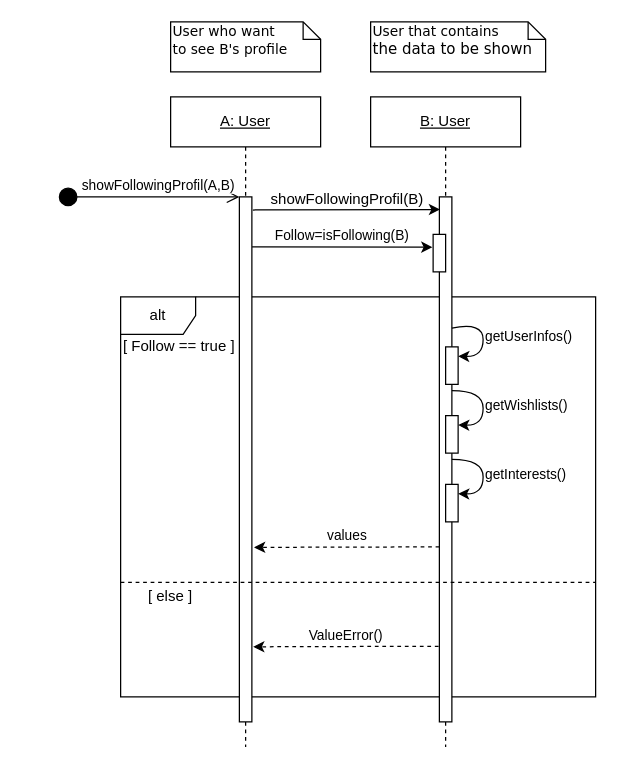
This is Diagrammes/SequenceDiagrams/showFollowingProfil.drawio from NNepper/LSINF1225-2020-GroupeL1.1-WishList, a draw.io file, before an edit. Source tidied: cells renumbered, new cells numbered last; positions are measured from the earlier drawing's top-left corner, leaving out a move shared by most shapes. Both pictures are drawn from the tidied source at 125%, with x=0, y=0 at pixel (58, 21).
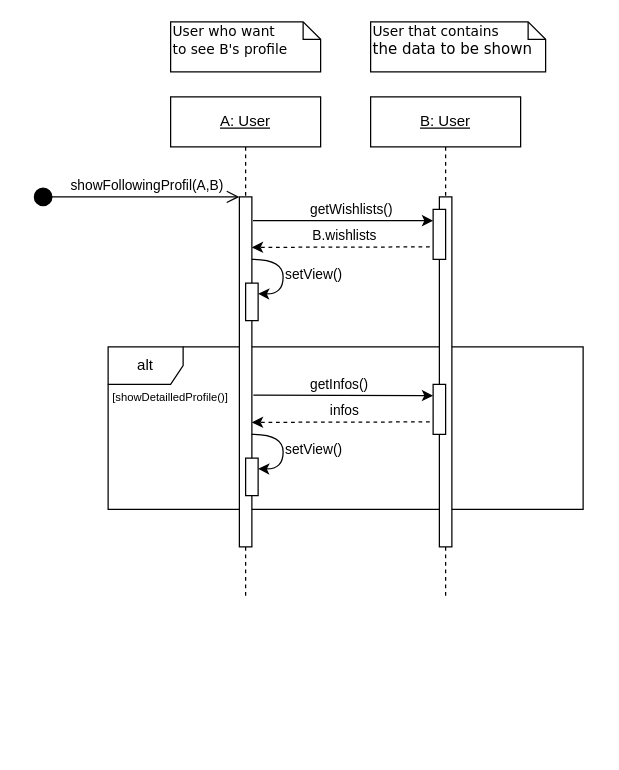
The same page after the edit.

Commit message (it also covers changes not shown here):
Adaptation avec l'application finale

Diff of the diagram source:
```diff
@@
+    <mxCell id="29" value="B.wishlists" style="endArrow=classic;html=1;strokeColor=#000000;fontFamily=Helvetica;entryX=1.103;entryY=0.857;entryDx=0;entryDy=0;entryPerimeter=0;exitX=-0.063;exitY=0.856;exitDx=0;exitDy=0;exitPerimeter=0;labelPosition=center;verticalLabelPosition=top;align=center;verticalAlign=bottom;dashed=1;" parent="1" edge="1">
+      <mxGeometry relative="1" as="geometry">
+        <mxPoint x="303.3" y="180" as="sourcePoint" />
+        <mxPoint x="155" y="180.4" as="targetPoint" />
+      </mxGeometry>
+    </mxCell>
     <mxCell id="2" value="alt" style="shape=umlFrame;whiteSpace=wrap;html=1;fontFamily=Helvetica;" parent="1" vertex="1">
-      <mxGeometry x="50" y="220" width="380" height="320" as="geometry" />
+      <mxGeometry x="40" y="260" width="380" height="130" as="geometry" />
     </mxCell>
     <mxCell id="3" style="rounded=0;jettySize=auto;html=1;exitX=0.5;exitY=1;exitDx=0;exitDy=0;strokeColor=#000000;endArrow=none;endFill=0;dashed=1;" parent="1" edge="1" source="7">
       <mxGeometry relative="1" as="geometry">
-        <mxPoint x="150" y="580" as="targetPoint" />
+        <mxPoint x="150" y="460" as="targetPoint" />
       </mxGeometry>
     </mxCell>
@@
     <mxCell id="5" style="edgeStyle=none;rounded=0;jettySize=auto;html=1;exitX=0.5;exitY=1;exitDx=0;exitDy=0;dashed=1;endArrow=none;endFill=0;strokeColor=#000000;" parent="1" edge="1" source="9">
       <mxGeometry relative="1" as="geometry">
-        <mxPoint x="310" y="580" as="targetPoint" />
+        <mxPoint x="310" y="460" as="targetPoint" />
       </mxGeometry>
     </mxCell>
@@
     <mxCell id="7" style="rounded=0;whiteSpace=wrap;html=1;" parent="1" vertex="1">
-      <mxGeometry x="145" y="140" width="10" height="420" as="geometry" />
+      <mxGeometry x="145" y="140" width="10" height="280" as="geometry" />
     </mxCell>
@@
     <mxCell id="9" style="rounded=0;whiteSpace=wrap;html=1;" parent="1" vertex="1">
-      <mxGeometry x="305" y="140" width="10" height="420" as="geometry" />
+      <mxGeometry x="305" y="140" width="10" height="280" as="geometry" />
     </mxCell>
@@
-    <mxCell id="11" style="endArrow=classic;html=1;strokeColor=#000000;exitX=1.079;exitY=0.025;exitDx=0;exitDy=0;exitPerimeter=0;entryX=0.056;entryY=0.024;entryDx=0;entryDy=0;entryPerimeter=0;labelPosition=center;verticalLabelPosition=top;align=center;verticalAlign=bottom;fontFamily=Helvetica;fontStyle=0;" parent="1" edge="1" source="7" target="9">
-      <mxGeometry relative="1" as="geometry" />
-    </mxCell>
-    <mxCell id="12" value="showFollowingProfil(B)" style="text;html=1;align=center;verticalAlign=bottom;labelBackgroundColor=#ffffff;fontFamily=Helvetica;labelPosition=center;verticalLabelPosition=top;" parent="11" vertex="1">
-      <mxGeometry x="-0.12" relative="1" as="geometry">
-        <mxPoint x="8.5" as="offset" />
-      </mxGeometry>
-    </mxCell>
-    <mxCell id="13" value="Follow=isFollowing(B)" style="endArrow=classic;html=1;strokeColor=#000000;fontFamily=Helvetica;exitX=1.015;exitY=0.095;exitDx=0;exitDy=0;exitPerimeter=0;entryX=-0.056;entryY=0.341;entryDx=0;entryDy=0;entryPerimeter=0;labelPosition=center;verticalLabelPosition=top;align=center;verticalAlign=bottom;" parent="1" edge="1" source="7" target="14">
-      <mxGeometry relative="1" as="geometry" />
-    </mxCell>
-    <mxCell id="14" style="rounded=0;whiteSpace=wrap;html=1;" parent="1" vertex="1">
-      <mxGeometry x="300" y="170" width="10" height="30" as="geometry" />
-    </mxCell>
-    <mxCell id="15" value="[ Follow == true ]" style="text;html=1;strokeColor=none;fillColor=none;align=center;verticalAlign=middle;whiteSpace=wrap;rounded=0;fontFamily=Helvetica;labelBackgroundColor=#ffffff;" parent="1" vertex="1">
-      <mxGeometry x="47" y="250" width="100" height="20" as="geometry" />
+    <mxCell id="15" value="&lt;font style=&quot;font-size: 9px&quot;&gt;[showDetailledProfile()]&lt;/font&gt;" style="text;html=1;strokeColor=none;fillColor=none;align=center;verticalAlign=middle;whiteSpace=wrap;rounded=0;fontFamily=Helvetica;labelBackgroundColor=#ffffff;" parent="1" vertex="1">
+      <mxGeometry x="40" y="290" width="100" height="20" as="geometry" />
     </mxCell>
-    <mxCell id="16" style="rounded=0;whiteSpace=wrap;html=1;" parent="1" vertex="1">
-      <mxGeometry x="310" y="260" width="10" height="30" as="geometry" />
-    </mxCell>
-    <mxCell id="17" value="getUserInfos()" style="endArrow=classic;html=1;strokeColor=#000000;fontFamily=Helvetica;exitX=1;exitY=0.25;exitDx=0;exitDy=0;entryX=1;entryY=0.25;entryDx=0;entryDy=0;curved=1;labelPosition=right;verticalLabelPosition=middle;align=left;verticalAlign=middle;" parent="1" edge="1" source="9" target="16">
-      <mxGeometry relative="1" as="geometry">
-        <Array as="points">
-          <mxPoint x="340" y="240" />
-          <mxPoint x="340" y="268" />
-        </Array>
-      </mxGeometry>
-    </mxCell>
     <mxCell id="18" style="rounded=0;whiteSpace=wrap;html=1;" parent="1" vertex="1">
-      <mxGeometry x="310" y="315" width="10" height="30" as="geometry" />
+      <mxGeometry x="300" y="150" width="10" height="40" as="geometry" />
     </mxCell>
-    <mxCell id="19" value="getWishlists()" style="endArrow=classic;html=1;strokeColor=#000000;fontFamily=Helvetica;entryX=1;entryY=0.25;entryDx=0;entryDy=0;curved=1;labelPosition=right;verticalLabelPosition=middle;align=left;verticalAlign=middle;" parent="1" edge="1" target="18">
-      <mxGeometry relative="1" as="geometry">
-        <mxPoint x="315" y="295" as="sourcePoint" />
-        <Array as="points">
-          <mxPoint x="340" y="295" />
-          <mxPoint x="340" y="323" />
-        </Array>
+    <mxCell id="19" value="getWishlists()" style="endArrow=classic;html=1;strokeColor=#000000;fontFamily=Helvetica;curved=1;labelPosition=right;verticalLabelPosition=middle;align=left;verticalAlign=middle;exitX=1.093;exitY=0.068;exitDx=0;exitDy=0;exitPerimeter=0;" parent="1" edge="1" source="7">
+      <mxGeometry x="-0.39" y="9" relative="1" as="geometry">
+        <mxPoint x="300" y="159" as="targetPoint" />
       </mxGeometry>
     </mxCell>
-    <mxCell id="20" style="rounded=0;whiteSpace=wrap;html=1;" parent="1" vertex="1">
-      <mxGeometry x="310" y="370" width="10" height="30" as="geometry" />
-    </mxCell>
-    <mxCell id="21" value="getInterests()" style="endArrow=classic;html=1;strokeColor=#000000;fontFamily=Helvetica;exitX=1;exitY=0.25;exitDx=0;exitDy=0;entryX=1;entryY=0.25;entryDx=0;entryDy=0;curved=1;labelPosition=right;verticalLabelPosition=middle;align=left;verticalAlign=middle;" parent="1" edge="1" target="20">
-      <mxGeometry relative="1" as="geometry">
-        <mxPoint x="315" y="350" as="sourcePoint" />
-        <Array as="points">
-          <mxPoint x="340" y="350" />
-          <mxPoint x="340" y="378" />
-        </Array>
-      </mxGeometry>
-    </mxCell>
-    <mxCell id="22" style="endArrow=none;dashed=1;html=1;strokeColor=#000000;fontFamily=Helvetica;exitX=0;exitY=0.714;exitDx=0;exitDy=0;exitPerimeter=0;entryX=0.999;entryY=0.714;entryDx=0;entryDy=0;entryPerimeter=0;" parent="1" edge="1" source="2" target="2">
-      <mxGeometry relative="1" as="geometry" />
-    </mxCell>
-    <mxCell id="23" value="[ else ]" style="text;html=1;strokeColor=none;fillColor=none;align=center;verticalAlign=middle;whiteSpace=wrap;rounded=0;fontFamily=Helvetica;labelBackgroundColor=#ffffff;" parent="1" vertex="1">
-      <mxGeometry x="40" y="450" width="100" height="20" as="geometry" />
-    </mxCell>
-    <mxCell id="24" value="ValueError()" style="endArrow=classic;html=1;strokeColor=#000000;fontFamily=Helvetica;entryX=1.103;entryY=0.857;entryDx=0;entryDy=0;entryPerimeter=0;exitX=-0.063;exitY=0.856;exitDx=0;exitDy=0;exitPerimeter=0;dashed=1;labelPosition=center;verticalLabelPosition=top;align=center;verticalAlign=bottom;" parent="1" edge="1" source="9" target="7">
-      <mxGeometry relative="1" as="geometry" />
-    </mxCell>
-    <mxCell id="25" value="values" style="endArrow=classic;html=1;strokeColor=#000000;fontFamily=Helvetica;entryX=1.103;entryY=0.857;entryDx=0;entryDy=0;entryPerimeter=0;exitX=-0.063;exitY=0.856;exitDx=0;exitDy=0;exitPerimeter=0;labelPosition=center;verticalLabelPosition=top;align=center;verticalAlign=bottom;dashed=1;" parent="1" edge="1">
-      <mxGeometry relative="1" as="geometry">
-        <mxPoint x="305" y="420" as="sourcePoint" />
-        <mxPoint x="156.7" y="420.4" as="targetPoint" />
-      </mxGeometry>
-    </mxCell>
@@
     <mxCell id="28" value="showFollowingProfil(A,B)" style="html=1;verticalAlign=bottom;startArrow=circle;startFill=1;endArrow=open;startSize=6;endSize=8;" parent="1" edge="1">
       <mxGeometry x="0.1" relative="1" as="geometry">
-        <mxPoint y="140" as="sourcePoint" />
+        <mxPoint x="-20" y="140" as="sourcePoint" />
         <mxPoint x="145" y="140" as="targetPoint" />
       </mxGeometry>
     </mxCell>
+    <mxCell id="30" style="rounded=0;whiteSpace=wrap;html=1;" parent="1" vertex="1">
+      <mxGeometry x="150" y="209" width="10" height="30" as="geometry" />
+    </mxCell>
+    <mxCell id="31" value="setView()" style="endArrow=classic;html=1;strokeColor=#000000;fontFamily=Helvetica;entryX=1;entryY=0.25;entryDx=0;entryDy=0;curved=1;labelPosition=right;verticalLabelPosition=middle;align=left;verticalAlign=middle;" parent="1" edge="1">
+      <mxGeometry relative="1" as="geometry">
+        <mxPoint x="155" y="190" as="sourcePoint" />
+        <mxPoint x="160" y="217.5" as="targetPoint" />
+        <Array as="points">
+          <mxPoint x="180" y="190" />
+          <mxPoint x="180" y="218" />
+        </Array>
+      </mxGeometry>
+    </mxCell>
+    <mxCell id="32" value="infos" style="endArrow=classic;html=1;strokeColor=#000000;fontFamily=Helvetica;entryX=1.103;entryY=0.857;entryDx=0;entryDy=0;entryPerimeter=0;exitX=-0.063;exitY=0.856;exitDx=0;exitDy=0;exitPerimeter=0;labelPosition=center;verticalLabelPosition=top;align=center;verticalAlign=bottom;dashed=1;" parent="1" edge="1">
+      <mxGeometry relative="1" as="geometry">
+        <mxPoint x="303.3" y="320" as="sourcePoint" />
+        <mxPoint x="155" y="320.4" as="targetPoint" />
+      </mxGeometry>
+    </mxCell>
+    <mxCell id="33" style="rounded=0;whiteSpace=wrap;html=1;" parent="1" vertex="1">
+      <mxGeometry x="300" y="290" width="10" height="40" as="geometry" />
+    </mxCell>
+    <mxCell id="34" value="getInfos()" style="endArrow=classic;html=1;strokeColor=#000000;fontFamily=Helvetica;curved=1;labelPosition=right;verticalLabelPosition=middle;align=left;verticalAlign=middle;exitX=1.116;exitY=0.044;exitDx=0;exitDy=0;exitPerimeter=0;" parent="1" edge="1">
+      <mxGeometry x="-0.39" y="9" relative="1" as="geometry">
+        <mxPoint x="156.2" y="298.5" as="sourcePoint" />
+        <mxPoint x="300" y="299" as="targetPoint" />
+      </mxGeometry>
+    </mxCell>
+    <mxCell id="35" style="rounded=0;whiteSpace=wrap;html=1;" parent="1" vertex="1">
+      <mxGeometry x="150" y="349" width="10" height="30" as="geometry" />
+    </mxCell>
+    <mxCell id="36" value="setView()" style="endArrow=classic;html=1;strokeColor=#000000;fontFamily=Helvetica;entryX=1;entryY=0.25;entryDx=0;entryDy=0;curved=1;labelPosition=right;verticalLabelPosition=middle;align=left;verticalAlign=middle;" parent="1" edge="1">
+      <mxGeometry relative="1" as="geometry">
+        <mxPoint x="155" y="330" as="sourcePoint" />
+        <mxPoint x="160" y="357.5" as="targetPoint" />
+        <Array as="points">
+          <mxPoint x="180" y="330" />
+          <mxPoint x="180" y="358" />
+        </Array>
+      </mxGeometry>
+    </mxCell>
```
